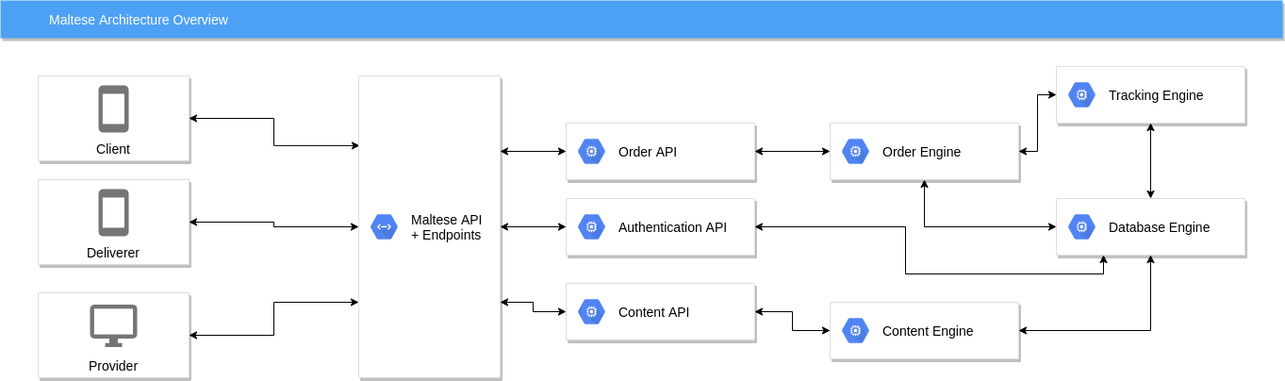
The draw.io diagram docs/images/maltese-software-architecture-overview.png in ES2-UFPI/maltese, before a commit. Source tidied: cells renumbered, new cells last; positions are measured from the earlier drawing's top-left corner, leaving out a move shared by most shapes.
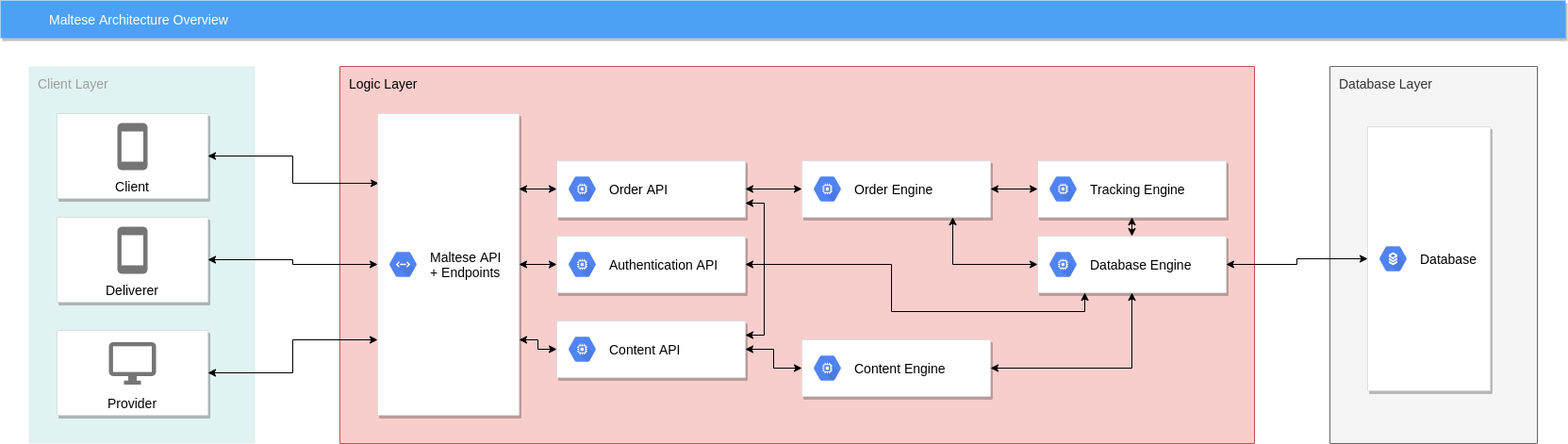
Above is the later version.

Commit message:
Software architecture overview update

Change to the diagram source:
```diff
@@ -2,8 +2,17 @@
   <root>
     <mxCell id="0" />
     <mxCell id="1" parent="0" />
+    <mxCell id="38" value="Database Layer" style="rounded=1;absoluteArcSize=1;arcSize=2;html=1;strokeColor=#666666;shadow=0;dashed=0;fontSize=12;align=left;verticalAlign=top;spacing=10;spacingTop=-4;fillColor=#f5f5f5;fontColor=#333333;" parent="1" vertex="1">
+      <mxGeometry x="1390" y="30" width="220" height="400" as="geometry" />
+    </mxCell>
+    <mxCell id="39" value="Logic Layer" style="rounded=1;absoluteArcSize=1;arcSize=2;html=1;strokeColor=#b85450;shadow=0;dashed=0;fontSize=12;align=left;verticalAlign=top;spacing=10;spacingTop=-4;fillColor=#f8cecc;" parent="1" vertex="1">
+      <mxGeometry x="340" y="30" width="970" height="400" as="geometry" />
+    </mxCell>
+    <mxCell id="40" value="Client Layer" style="rounded=1;absoluteArcSize=1;arcSize=2;html=1;strokeColor=none;gradientColor=none;shadow=0;dashed=0;fontSize=12;fontColor=#9E9E9E;align=left;verticalAlign=top;spacing=10;spacingTop=-4;fillColor=#E0F2F1;" parent="1" vertex="1">
+      <mxGeometry x="10" y="30" width="240" height="400" as="geometry" />
+    </mxCell>
     <mxCell id="2" value="Maltese Architecture Overview" style="fillColor=#4DA1F5;strokeColor=none;shadow=1;gradientColor=none;fontSize=14;align=left;spacingLeft=50;fontColor=#ffffff;html=1;" parent="1" vertex="1">
-      <mxGeometry width="1360" height="40" as="geometry" />
+      <mxGeometry x="-20" y="-40" width="1660" height="40" as="geometry" />
     </mxCell>
     <mxCell id="3" style="edgeStyle=orthogonalEdgeStyle;rounded=0;jettySize=auto;html=1;exitX=1;exitY=0.5;exitDx=0;exitDy=0;entryX=0.007;entryY=0.231;entryDx=0;entryDy=0;entryPerimeter=0;startArrow=classic;startFill=1;" parent="1" edge="1" source="4" target="15">
       <mxGeometry relative="1" as="geometry" />
@@ -58,8 +67,11 @@
     <mxCell id="17" style="edgeStyle=orthogonalEdgeStyle;rounded=0;jettySize=auto;html=1;exitX=1;exitY=0.5;exitDx=0;exitDy=0;entryX=0;entryY=0.5;entryDx=0;entryDy=0;startArrow=classic;startFill=1;" parent="1" edge="1" source="18" target="27">
       <mxGeometry relative="1" as="geometry" />
     </mxCell>
+    <mxCell id="41" style="edgeStyle=orthogonalEdgeStyle;rounded=0;jettySize=auto;html=1;exitX=1;exitY=0.75;exitDx=0;exitDy=0;entryX=1;entryY=0.25;entryDx=0;entryDy=0;startArrow=classic;startFill=1;fontColor=#000000;" parent="1" edge="1" source="18" target="36">
+      <mxGeometry relative="1" as="geometry" />
+    </mxCell>
     <mxCell id="18" style="strokeColor=#dddddd;shadow=1;strokeWidth=1;rounded=1;absoluteArcSize=1;arcSize=2;" parent="1" vertex="1">
-      <mxGeometry x="600" y="130" width="200" height="60" as="geometry" />
+      <mxGeometry x="570" y="130" width="200" height="60" as="geometry" />
     </mxCell>
     <mxCell id="19" value="&lt;font color=&quot;#000000&quot;&gt;Order API&lt;/font&gt;" style="dashed=0;html=1;fillColor=#5184F3;strokeColor=none;shape=mxgraph.gcp2.hexIcon;prIcon=compute_engine;labelPosition=right;verticalLabelPosition=middle;align=left;verticalAlign=middle;spacingLeft=5;fontColor=#999999;fontSize=12;" parent="18" vertex="1">
       <mxGeometry y="0.5" width="44" height="39" relative="1" as="geometry">
@@ -70,15 +82,18 @@
       <mxGeometry relative="1" as="geometry" />
     </mxCell>
     <mxCell id="21" style="strokeColor=#dddddd;shadow=1;strokeWidth=1;rounded=1;absoluteArcSize=1;arcSize=2;" parent="1" vertex="1">
-      <mxGeometry x="600" y="210" width="200" height="60" as="geometry" />
+      <mxGeometry x="570" y="210" width="200" height="60" as="geometry" />
     </mxCell>
     <mxCell id="22" value="&lt;font color=&quot;#000000&quot;&gt;Authentication API&lt;/font&gt;" style="dashed=0;html=1;fillColor=#5184F3;strokeColor=none;shape=mxgraph.gcp2.hexIcon;prIcon=compute_engine;labelPosition=right;verticalLabelPosition=middle;align=left;verticalAlign=middle;spacingLeft=5;fontColor=#999999;fontSize=12;" parent="21" vertex="1">
       <mxGeometry y="0.5" width="44" height="39" relative="1" as="geometry">
         <mxPoint x="5" y="-19.5" as="offset" />
       </mxGeometry>
     </mxCell>
+    <mxCell id="42" style="edgeStyle=orthogonalEdgeStyle;rounded=0;jettySize=auto;html=1;exitX=1;exitY=0.5;exitDx=0;exitDy=0;startArrow=classic;startFill=1;fontColor=#000000;" parent="1" edge="1" source="23" target="43">
+      <mxGeometry relative="1" as="geometry" />
+    </mxCell>
     <mxCell id="23" style="strokeColor=#dddddd;shadow=1;strokeWidth=1;rounded=1;absoluteArcSize=1;arcSize=2;" parent="1" vertex="1">
-      <mxGeometry x="1120" y="210" width="200" height="60" as="geometry" />
+      <mxGeometry x="1080" y="210" width="200" height="60" as="geometry" />
     </mxCell>
     <mxCell id="24" value="&lt;font color=&quot;#000000&quot;&gt;Database Engine&lt;/font&gt;" style="dashed=0;html=1;fillColor=#5184F3;strokeColor=none;shape=mxgraph.gcp2.hexIcon;prIcon=compute_engine;labelPosition=right;verticalLabelPosition=middle;align=left;verticalAlign=middle;spacingLeft=5;fontColor=#999999;fontSize=12;" parent="23" vertex="1">
       <mxGeometry y="0.5" width="44" height="39" relative="1" as="geometry">
@@ -88,11 +103,15 @@
     <mxCell id="25" style="edgeStyle=orthogonalEdgeStyle;rounded=0;jettySize=auto;html=1;exitX=1;exitY=0.5;exitDx=0;exitDy=0;entryX=0;entryY=0.5;entryDx=0;entryDy=0;startArrow=classic;startFill=1;" parent="1" edge="1" source="27" target="30">
       <mxGeometry relative="1" as="geometry" />
     </mxCell>
-    <mxCell id="26" style="edgeStyle=orthogonalEdgeStyle;rounded=0;jettySize=auto;html=1;exitX=0.5;exitY=1;exitDx=0;exitDy=0;entryX=0;entryY=0.5;entryDx=0;entryDy=0;startArrow=classic;startFill=1;" parent="1" edge="1" source="27" target="23">
-      <mxGeometry relative="1" as="geometry" />
+    <mxCell id="26" style="edgeStyle=orthogonalEdgeStyle;rounded=0;jettySize=auto;html=1;entryX=0;entryY=0.5;entryDx=0;entryDy=0;startArrow=classic;startFill=1;" parent="1" edge="1" source="27" target="23">
+      <mxGeometry relative="1" as="geometry">
+        <Array as="points">
+          <mxPoint x="990" y="240" />
+        </Array>
+      </mxGeometry>
     </mxCell>
     <mxCell id="27" style="strokeColor=#dddddd;shadow=1;strokeWidth=1;rounded=1;absoluteArcSize=1;arcSize=2;" parent="1" vertex="1">
-      <mxGeometry x="880" y="130" width="200" height="60" as="geometry" />
+      <mxGeometry x="830" y="130" width="200" height="60" as="geometry" />
     </mxCell>
     <mxCell id="28" value="&lt;font color=&quot;#000000&quot;&gt;Order Engine&lt;/font&gt;" style="dashed=0;html=1;fillColor=#5184F3;strokeColor=none;shape=mxgraph.gcp2.hexIcon;prIcon=compute_engine;labelPosition=right;verticalLabelPosition=middle;align=left;verticalAlign=middle;spacingLeft=5;fontColor=#999999;fontSize=12;" parent="27" vertex="1">
       <mxGeometry y="0.5" width="44" height="39" relative="1" as="geometry">
@@ -103,7 +122,7 @@
       <mxGeometry relative="1" as="geometry" />
     </mxCell>
     <mxCell id="30" style="strokeColor=#dddddd;shadow=1;strokeWidth=1;rounded=1;absoluteArcSize=1;arcSize=2;" parent="1" vertex="1">
-      <mxGeometry x="1120" y="70" width="200" height="60" as="geometry" />
+      <mxGeometry x="1080" y="130" width="200" height="60" as="geometry" />
     </mxCell>
     <mxCell id="31" value="&lt;font color=&quot;#000000&quot;&gt;Tracking Engine&lt;/font&gt;" style="dashed=0;html=1;fillColor=#5184F3;strokeColor=none;shape=mxgraph.gcp2.hexIcon;prIcon=compute_engine;labelPosition=right;verticalLabelPosition=middle;align=left;verticalAlign=middle;spacingLeft=5;fontColor=#999999;fontSize=12;" parent="30" vertex="1">
       <mxGeometry y="0.5" width="44" height="39" relative="1" as="geometry">
@@ -114,7 +133,7 @@
       <mxGeometry relative="1" as="geometry" />
     </mxCell>
     <mxCell id="33" style="strokeColor=#dddddd;shadow=1;strokeWidth=1;rounded=1;absoluteArcSize=1;arcSize=2;" parent="1" vertex="1">
-      <mxGeometry x="880" y="320" width="200" height="60" as="geometry" />
+      <mxGeometry x="830" y="320" width="200" height="60" as="geometry" />
     </mxCell>
     <mxCell id="34" value="&lt;font color=&quot;#000000&quot;&gt;Content Engine&lt;/font&gt;" style="dashed=0;html=1;fillColor=#5184F3;strokeColor=none;shape=mxgraph.gcp2.hexIcon;prIcon=compute_engine;labelPosition=right;verticalLabelPosition=middle;align=left;verticalAlign=middle;spacingLeft=5;fontColor=#999999;fontSize=12;" parent="33" vertex="1">
       <mxGeometry y="0.5" width="44" height="39" relative="1" as="geometry">
@@ -125,12 +144,20 @@
       <mxGeometry relative="1" as="geometry" />
     </mxCell>
     <mxCell id="36" style="strokeColor=#dddddd;shadow=1;strokeWidth=1;rounded=1;absoluteArcSize=1;arcSize=2;" parent="1" vertex="1">
-      <mxGeometry x="600" y="300" width="200" height="60" as="geometry" />
+      <mxGeometry x="570" y="300" width="200" height="60" as="geometry" />
     </mxCell>
     <mxCell id="37" value="&lt;font color=&quot;#000000&quot;&gt;Content API&lt;/font&gt;" style="dashed=0;html=1;fillColor=#5184F3;strokeColor=none;shape=mxgraph.gcp2.hexIcon;prIcon=compute_engine;labelPosition=right;verticalLabelPosition=middle;align=left;verticalAlign=middle;spacingLeft=5;fontColor=#999999;fontSize=12;" parent="36" vertex="1">
       <mxGeometry y="0.5" width="44" height="39" relative="1" as="geometry">
         <mxPoint x="5" y="-19.5" as="offset" />
       </mxGeometry>
     </mxCell>
+    <mxCell id="43" style="strokeColor=#dddddd;shadow=1;strokeWidth=1;rounded=1;absoluteArcSize=1;arcSize=2;fontColor=#000000;" parent="1" vertex="1">
+      <mxGeometry x="1430" y="94" width="130" height="280" as="geometry" />
+    </mxCell>
+    <mxCell id="44" value="&lt;font color=&quot;#000000&quot;&gt;Database&lt;/font&gt;" style="dashed=0;html=1;fillColor=#5184F3;strokeColor=none;shape=mxgraph.gcp2.hexIcon;prIcon=cloud_sql;labelPosition=right;verticalLabelPosition=middle;align=left;verticalAlign=middle;spacingLeft=5;fontColor=#999999;fontSize=12;" parent="43" vertex="1">
+      <mxGeometry y="0.5" width="44" height="39" relative="1" as="geometry">
+        <mxPoint x="5" y="-19.5" as="offset" />
+      </mxGeometry>
+    </mxCell>
   </root>
 </mxGraphModel>
```
